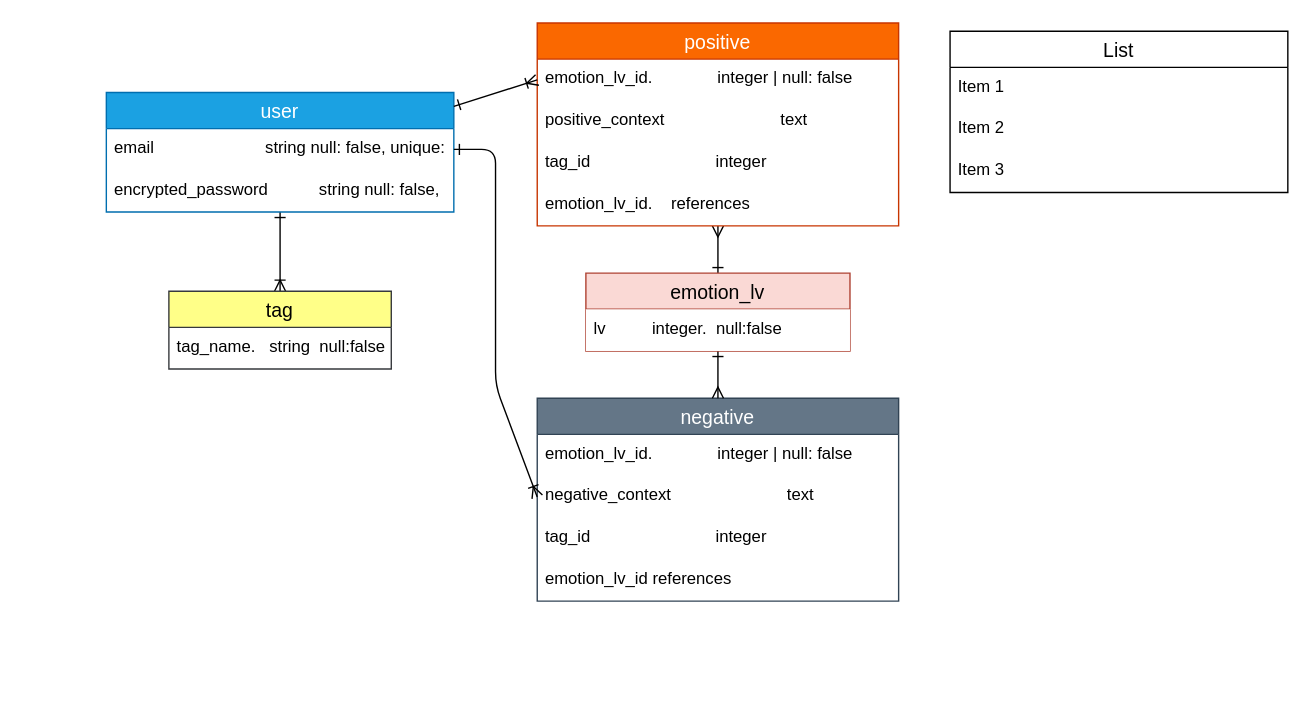
Before: ER.dio in firecomenntdo/emoreco_app, a draw.io diagram. Source tidied: cells renumbered, new cells numbered last; positions are measured from the earlier drawing's top-left corner, leaving out a move shared by most shapes. Both pictures are drawn from the tidied source at 139%, with x=0, y=0 at pixel (106, 22).
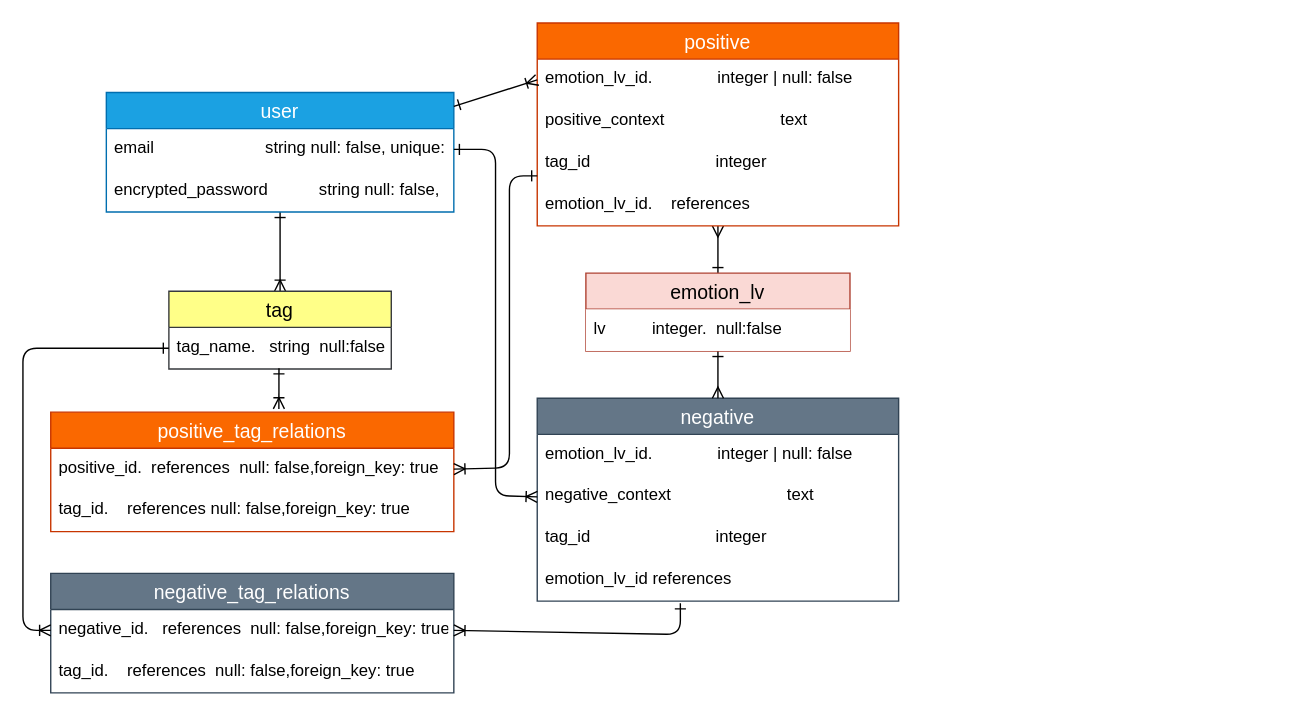
The same diagram, later.

Unchanged cells that the change refers to:
```xml
<mxCell id="4" value="email                        string null: false, unique: true" style="text;strokeColor=none;fillColor=none;spacingLeft=4;spacingRight=4;overflow=hidden;points=[[0,0.5],[1,0.5]];portConstraint=eastwest;fontSize=12;fontColor=#000000;" parent="3" vertex="1">
  <mxGeometry y="26" width="250" height="30" as="geometry" />
</mxCell>
<mxCell id="14" value="negative_context                         text" style="text;strokeColor=none;fillColor=none;spacingLeft=4;spacingRight=4;overflow=hidden;points=[[0,0.5],[1,0.5]];portConstraint=eastwest;fontSize=12;fillStyle=solid;fontColor=#000000;" parent="12" vertex="1">
  <mxGeometry y="56" width="260" height="30" as="geometry" />
</mxCell>
<mxCell id="16" value="emotion_lv_id references" style="text;strokeColor=none;fillColor=none;spacingLeft=4;spacingRight=4;overflow=hidden;points=[[0,0.5],[1,0.5]];portConstraint=eastwest;fontSize=12;fontColor=#000000;" parent="12" vertex="1">
  <mxGeometry y="116" width="260" height="30" as="geometry" />
</mxCell>
<mxCell id="18" value="tag_name.   string  null:false" style="text;strokeColor=none;fillColor=none;spacingLeft=4;spacingRight=4;overflow=hidden;points=[[0,0.5],[1,0.5]];portConstraint=eastwest;fontSize=12;fillStyle=solid;fontColor=#000000;" parent="17" vertex="1">
  <mxGeometry y="26" width="160" height="30" as="geometry" />
</mxCell>
```

Change to the diagram source:
```diff
@@
     <mxCell id="20" style="edgeStyle=none;html=1;exitX=1;exitY=0.5;exitDx=0;exitDy=0;entryX=0;entryY=0.5;entryDx=0;entryDy=0;fontColor=#000000;endArrow=ERoneToMany;endFill=0;startArrow=ERone;startFill=0;" parent="1" edge="1" source="4" target="14">
       <mxGeometry relative="1" as="geometry">
         <Array as="points">
           <mxPoint x="280" y="91" />
-          <mxPoint x="280" y="261" />
+          <mxPoint x="280" y="340" />
         </Array>
       </mxGeometry>
     </mxCell>
@@
+    <mxCell id="27" style="edgeStyle=none;html=1;exitX=0.566;exitY=-0.027;exitDx=0;exitDy=0;entryX=0.495;entryY=0.983;entryDx=0;entryDy=0;entryPerimeter=0;fontColor=#000000;exitPerimeter=0;startArrow=ERoneToMany;startFill=0;endArrow=ERone;endFill=0;" parent="1" edge="1" source="24" target="18">
+      <mxGeometry relative="1" as="geometry" />
+    </mxCell>
-    <mxCell id="24" value="List" style="swimlane;fontStyle=0;horizontal=1;startSize=26;align=center;fontSize=14;" parent="1" vertex="1">
-      <mxGeometry x="607" y="6" width="243" height="116" as="geometry" />
+    <mxCell id="24" value="positive_tag_relations" style="swimlane;fontStyle=0;horizontal=1;startSize=26;align=center;fontSize=14;fillColor=#fa6800;fontColor=#FFFFFF;strokeColor=#C73500;swimlaneFillColor=#FFFFFF;" parent="1" vertex="1">
+      <mxGeometry x="-40" y="280" width="290" height="86" as="geometry" />
     </mxCell>
-    <mxCell id="25" value="Item 1" style="text;strokeColor=none;fillColor=none;spacingLeft=4;spacingRight=4;overflow=hidden;points=[[0,0.5],[1,0.5]];portConstraint=eastwest;fontSize=12;" parent="24" vertex="1">
-      <mxGeometry y="26" width="243" height="30" as="geometry" />
+    <mxCell id="25" value="positive_id.  references  null: false,foreign_key: true" style="text;strokeColor=none;fillColor=none;spacingLeft=4;spacingRight=4;overflow=hidden;points=[[0,0.5],[1,0.5]];portConstraint=eastwest;fontSize=12;fontColor=#000000;" parent="24" vertex="1">
+      <mxGeometry y="26" width="290" height="30" as="geometry" />
     </mxCell>
-    <mxCell id="26" value="Item 2" style="text;strokeColor=none;fillColor=none;spacingLeft=4;spacingRight=4;overflow=hidden;fontSize=12;" parent="24" vertex="1">
-      <mxGeometry y="56" width="243" height="30" as="geometry" />
+    <mxCell id="26" value="tag_id.    references null: false,foreign_key: true" style="text;strokeColor=none;fillColor=none;spacingLeft=4;spacingRight=4;overflow=hidden;fontSize=12;fontColor=#000000;" parent="24" vertex="1">
+      <mxGeometry y="56" width="290" height="30" as="geometry" />
     </mxCell>
-    <mxCell id="27" value="Item 3" style="text;strokeColor=none;fillColor=none;spacingLeft=4;spacingRight=4;overflow=hidden;fontSize=12;" parent="24" vertex="1">
-      <mxGeometry y="86" width="243" height="30" as="geometry" />
-    </mxCell>
+    <mxCell id="28" style="edgeStyle=none;html=1;exitX=1;exitY=0.5;exitDx=0;exitDy=0;fontColor=#000000;labelBorderColor=none;startArrow=ERoneToMany;startFill=0;endArrow=ERone;endFill=0;" parent="1" edge="1" source="25">
+      <mxGeometry relative="1" as="geometry">
+        <mxPoint x="310" y="110" as="targetPoint" />
+        <Array as="points">
+          <mxPoint x="290" y="320" />
+          <mxPoint x="290" y="110" />
+        </Array>
+      </mxGeometry>
+    </mxCell>
+    <mxCell id="29" value="negative_tag_relations" style="swimlane;fontStyle=0;horizontal=1;startSize=26;align=center;fontSize=14;fontColor=#ffffff;fillColor=#647687;strokeColor=#314354;swimlaneFillColor=#FFFFFF;" parent="1" vertex="1">
+      <mxGeometry x="-40" y="396" width="290" height="86" as="geometry" />
+    </mxCell>
+    <mxCell id="30" value="negative_id.   references  null: false,foreign_key: true" style="text;strokeColor=none;fillColor=none;spacingLeft=4;spacingRight=4;overflow=hidden;points=[[0,0.5],[1,0.5]];portConstraint=eastwest;fontSize=12;fontColor=#000000;" parent="29" vertex="1">
+      <mxGeometry y="26" width="290" height="30" as="geometry" />
+    </mxCell>
+    <mxCell id="31" value="tag_id.    references  null: false,foreign_key: true" style="text;strokeColor=none;fillColor=none;spacingLeft=4;spacingRight=4;overflow=hidden;fontSize=12;fontColor=#000000;" parent="29" vertex="1">
+      <mxGeometry y="56" width="290" height="30" as="geometry" />
+    </mxCell>
+    <mxCell id="32" style="edgeStyle=none;html=1;exitX=0;exitY=0.5;exitDx=0;exitDy=0;entryX=0;entryY=0.5;entryDx=0;entryDy=0;labelBorderColor=none;fontColor=#FFFFFF;startArrow=ERoneToMany;startFill=0;endArrow=ERone;endFill=0;" parent="1" edge="1" source="30" target="18">
+      <mxGeometry relative="1" as="geometry">
+        <Array as="points">
+          <mxPoint x="-60" y="437" />
+          <mxPoint x="-60" y="234" />
+        </Array>
+      </mxGeometry>
+    </mxCell>
+    <mxCell id="33" style="edgeStyle=none;html=1;exitX=1;exitY=0.5;exitDx=0;exitDy=0;entryX=0.396;entryY=1.052;entryDx=0;entryDy=0;entryPerimeter=0;labelBorderColor=none;fontColor=#FFFFFF;startArrow=ERoneToMany;startFill=0;endArrow=ERone;endFill=0;" parent="1" edge="1" source="30" target="16">
+      <mxGeometry relative="1" as="geometry">
+        <Array as="points">
+          <mxPoint x="413" y="440" />
+        </Array>
+      </mxGeometry>
+    </mxCell>
```
